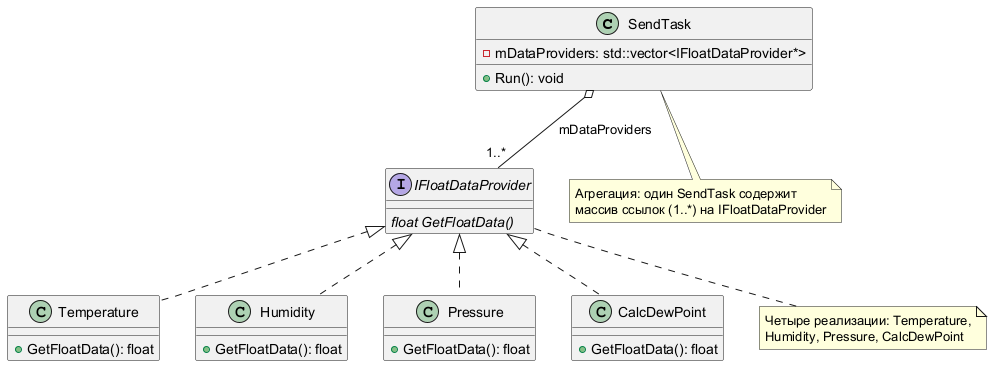
Before: images/puml_files/SendTask.png, a diagram exported from PlantUML (Cuprum1736/IAR-lab).
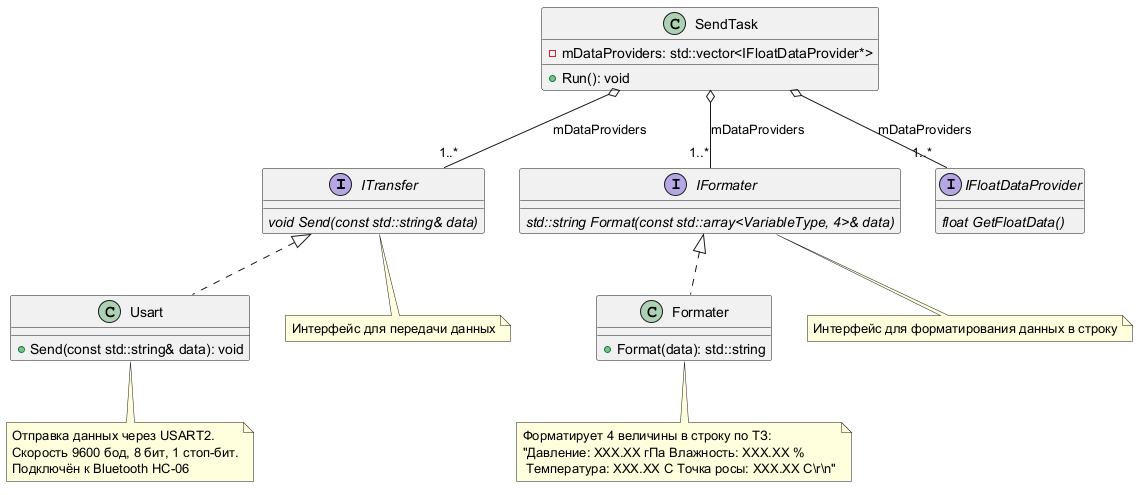
The same diagram one commit later.

What changed in the source:
```diff
@@ -1,4 +1,24 @@
 @startuml
+interface ITransfer
+{
+    {abstract} void Send(const std::string& data)
+}
+
+class Usart
+{
+    + Send(const std::string& data): void
+}
+
+interface IFormater
+{
+    {abstract} std::string Format(const std::array<VariableType, 4>& data)
+}
+
+class Formater
+{
+    + Format(data): std::string
+}
+
 class SendTask
 {
     - mDataProviders: std::vector<IFloatDataProvider*>
@@ -10,41 +30,31 @@
     {abstract} float GetFloatData()
 }
 
-class Temperature
-{
-    + GetFloatData(): float
-}
+SendTask o-- "1..*" IFloatDataProvider : mDataProviders
+SendTask o-- "1..*" IFormater: mDataProviders
+SendTask o-- "1..*" ITransfer: mDataProviders
 
-class Humidity
-{
-    + GetFloatData(): float
-}
+IFormater <|.. Formater
 
-class Pressure
-{
-    + GetFloatData(): float
-}
-
-class CalcDewPoint
-{
-    + GetFloatData(): float
-}
-
-IFloatDataProvider <|.. Temperature
-IFloatDataProvider <|.. Humidity
-IFloatDataProvider <|.. Pressure
-IFloatDataProvider <|.. CalcDewPoint
-
-SendTask o-- "1..*" IFloatDataProvider : mDataProviders
-
-note bottom of SendTask
-  Агрегация: один SendTask содержит
-  массив ссылок (1..*) на IFloatDataProvider
+note bottom of IFormater
+  Интерфейс для форматирования данных в строку
 end note
 
-note bottom of IFloatDataProvider
-  Четыре реализации: Temperature,
-  Humidity, Pressure, CalcDewPoint
+note bottom of Formater
+  Форматирует 4 величины в строку по ТЗ:
+  "Давление: XXX.XX гПа Влажность: XXX.XX %
+   Температура: XXX.XX C Точка росы: XXX.XX C\r\n"
 end note
 
+ITransfer <|.. Usart
+
+note bottom of ITransfer
+  Интерфейс для передачи данных
+end note
+
+note bottom of Usart
+  Отправка данных через USART2.
+  Скорость 9600 бод, 8 бит, 1 стоп-бит.
+  Подключён к Bluetooth HC-06
+end note
 @enduml
```
